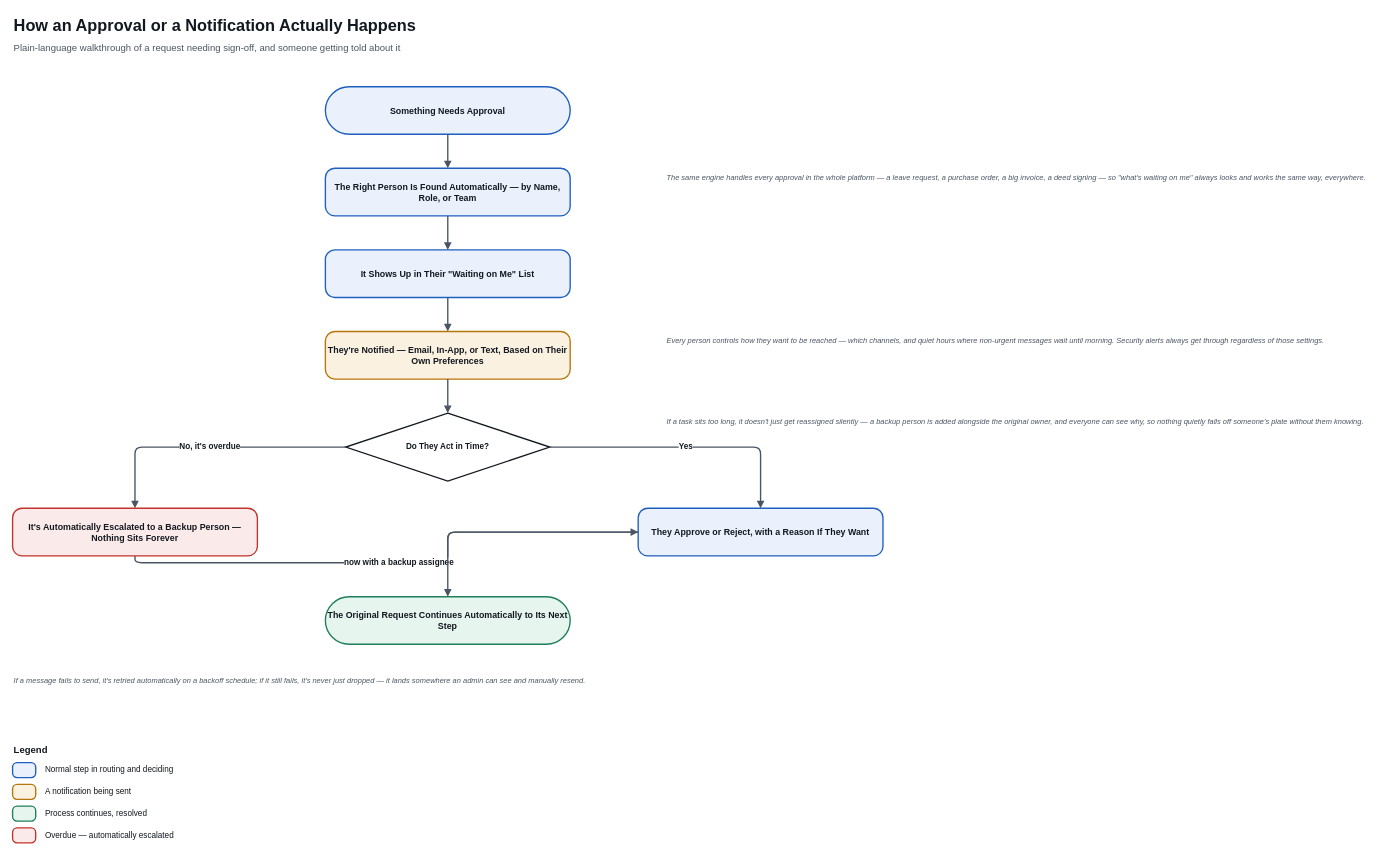
This is app/Modules/WNE/WNE_FLOW.drawio from andrych17/qualiv_project, a draw.io file, before an edit. Source tidied: cells renumbered, new cells numbered last; positions are measured from the earlier drawing's top-left corner, leaving out a move shared by most shapes. Both pictures are drawn from the tidied source at 68%, with x=0, y=0 at pixel (12, 12).
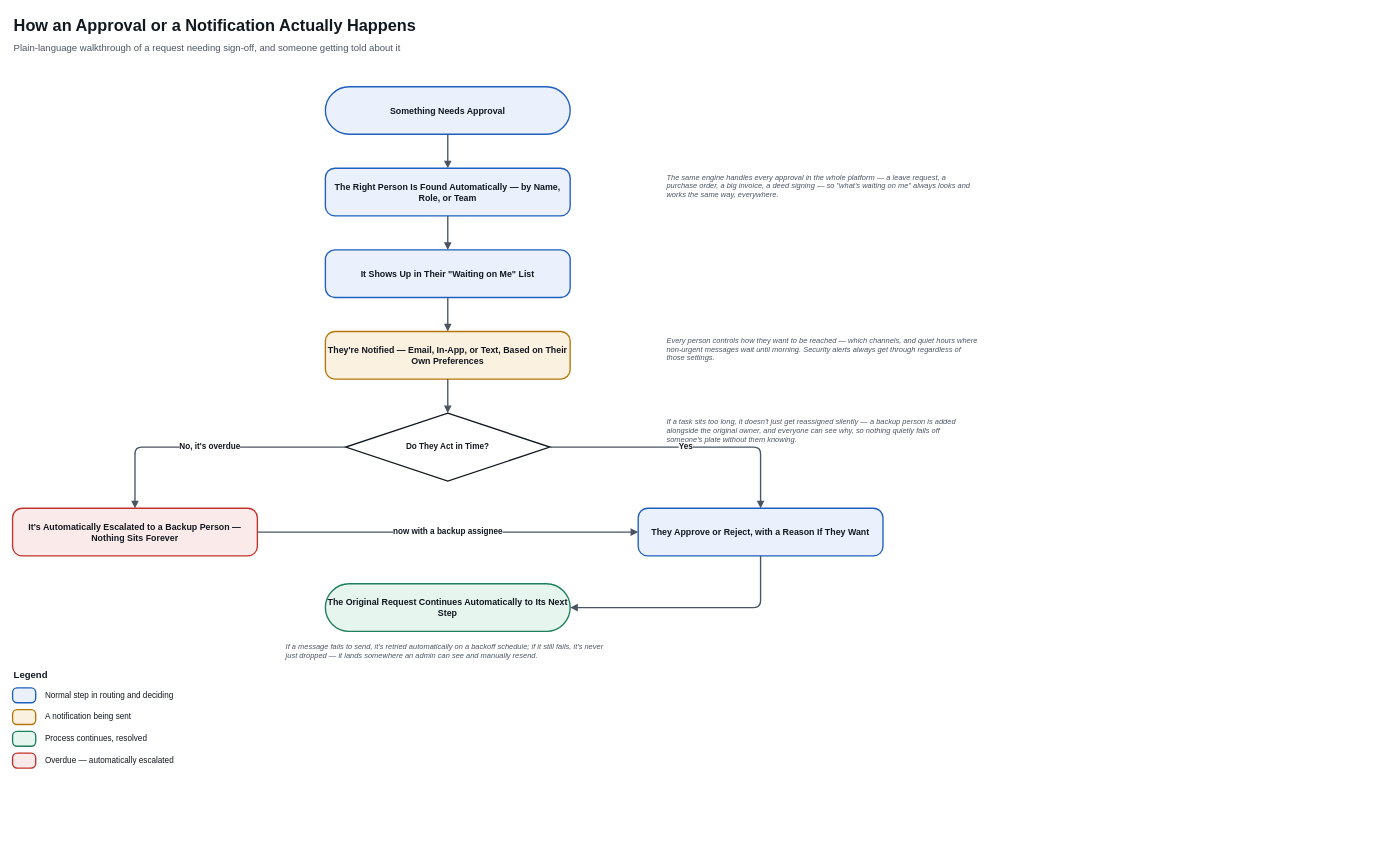
The same diagram, later.

Unchanged cells that the change refers to:
```xml
<mxCell id="9" value="It's Automatically Escalated to a Backup Person — Nothing Sits Forever" style="rounded=1;arcSize=20;whiteSpace=wrap;html=1;fillColor=#FBEAEA;strokeColor=#C1332B;strokeWidth=2;fontSize=13;fontStyle=1;fontColor=#12181F;" parent="1" vertex="1">
  <mxGeometry y="730" width="360" height="70" as="geometry" />
</mxCell>
<mxCell id="10" value="They Approve or Reject, with a Reason If They Want" style="rounded=1;arcSize=20;whiteSpace=wrap;html=1;fillColor=#EAF1FC;strokeColor=#1F5FBF;strokeWidth=2;fontSize=13;fontStyle=1;fontColor=#12181F;" parent="1" vertex="1">
  <mxGeometry x="920" y="730" width="360" height="70" as="geometry" />
</mxCell>
```

What changed in the source:
```diff
@@
     <mxCell id="11" value="The Original Request Continues Automatically to Its Next Step" style="rounded=1;arcSize=50;whiteSpace=wrap;html=1;fillColor=#E7F5EF;strokeColor=#1E7F5C;strokeWidth=2;fontSize=13;fontStyle=1;fontColor=#12181F;" parent="1" vertex="1">
-      <mxGeometry x="460" y="860" width="360" height="70" as="geometry" />
+      <mxGeometry x="460" y="841" width="360" height="70" as="geometry" />
     </mxCell>
@@
-    <mxCell id="18" value="now with a backup assignee" style="edgeStyle=orthogonalEdgeStyle;rounded=1;html=1;endArrow=block;endFill=1;strokeColor=#4A5563;strokeWidth=2;fontSize=12;fontStyle=1;fontColor=#12181F;labelBackgroundColor=#FFFFFF;exitX=0.5;exitY=1;exitDx=0;exitDy=0;entryX=0;entryY=0.5;entryDx=0;entryDy=0;" parent="1" edge="1" source="9" target="10">
+    <mxCell id="18" value="now with a backup assignee" style="edgeStyle=orthogonalEdgeStyle;rounded=1;html=1;endArrow=block;endFill=1;strokeColor=#4A5563;strokeWidth=2;fontSize=12;fontStyle=1;fontColor=#12181F;labelBackgroundColor=#FFFFFF;exitX=1;exitY=0.5;exitDx=0;exitDy=0;entryX=0;entryY=0.5;entryDx=0;entryDy=0;" parent="1" edge="1" source="9" target="10">
       <mxGeometry relative="1" as="geometry" />
     </mxCell>
-    <mxCell id="19" style="edgeStyle=orthogonalEdgeStyle;rounded=1;html=1;endArrow=block;endFill=1;strokeColor=#4A5563;strokeWidth=2;fontSize=12;fontStyle=1;fontColor=#12181F;labelBackgroundColor=#FFFFFF;" parent="1" edge="1" source="10" target="11">
-      <mxGeometry relative="1" as="geometry" />
+    <mxCell id="19" style="edgeStyle=orthogonalEdgeStyle;rounded=1;html=1;endArrow=block;endFill=1;strokeColor=#4A5563;strokeWidth=2;fontSize=12;fontStyle=1;fontColor=#12181F;labelBackgroundColor=#FFFFFF;exitX=0.5;exitY=1;exitDx=0;exitDy=0;entryX=1;entryY=0.5;entryDx=0;entryDy=0;" parent="1" edge="1" source="10" target="11">
+      <mxGeometry relative="1" as="geometry">
+        <Array as="points">
+          <mxPoint x="1100" y="876" />
+        </Array>
+      </mxGeometry>
     </mxCell>
-    <mxCell id="20" value="The same engine handles every approval in the whole platform — a leave request, a purchase order, a big invoice, a deed signing — so &quot;what's waiting on me&quot; always looks and works the same way, everywhere." style="text;html=1;fontSize=11;fontColor=#4A5563;fontStyle=2;align=left;verticalAlign=top;" parent="1" vertex="1">
+    <mxCell id="20" value="The same engine handles every approval in the whole platform — a leave request, a purchase order, a big invoice, a deed signing — so &quot;what's waiting on me&quot; always looks and works the same way, everywhere." style="text;html=1;fontSize=11;fontColor=#4A5563;fontStyle=2;align=left;verticalAlign=top;whiteSpace=wrap;" parent="1" vertex="1">
       <mxGeometry x="960" y="230" width="460" height="80" as="geometry" />
     </mxCell>
-    <mxCell id="21" value="Every person controls how they want to be reached — which channels, and quiet hours where non-urgent messages wait until morning. Security alerts always get through regardless of those settings." style="text;html=1;fontSize=11;fontColor=#4A5563;fontStyle=2;align=left;verticalAlign=top;" parent="1" vertex="1">
+    <mxCell id="21" value="Every person controls how they want to be reached — which channels, and quiet hours where non-urgent messages wait until morning. Security alerts always get through regardless of those settings." style="text;html=1;fontSize=11;fontColor=#4A5563;fontStyle=2;align=left;verticalAlign=top;whiteSpace=wrap;" parent="1" vertex="1">
       <mxGeometry x="960" y="470" width="460" height="80" as="geometry" />
     </mxCell>
-    <mxCell id="22" value="If a task sits too long, it doesn't just get reassigned silently — a backup person is added alongside the original owner, and everyone can see why, so nothing quietly falls off someone's plate without them knowing." style="text;html=1;fontSize=11;fontColor=#4A5563;fontStyle=2;align=left;verticalAlign=top;" parent="1" vertex="1">
+    <mxCell id="22" value="If a task sits too long, it doesn't just get reassigned silently — a backup person is added alongside the original owner, and everyone can see why, so nothing quietly falls off someone's plate without them knowing." style="text;html=1;fontSize=11;fontColor=#4A5563;fontStyle=2;align=left;verticalAlign=top;whiteSpace=wrap;" parent="1" vertex="1">
       <mxGeometry x="960" y="590" width="460" height="90" as="geometry" />
     </mxCell>
-    <mxCell id="23" value="If a message fails to send, it's retried automatically on a backoff schedule; if it still fails, it's never just dropped — it lands somewhere an admin can see and manually resend." style="text;html=1;fontSize=11;fontColor=#4A5563;fontStyle=2;align=left;verticalAlign=top;" parent="1" vertex="1">
-      <mxGeometry y="970" width="700" height="70" as="geometry" />
+    <mxCell id="23" value="If a message fails to send, it's retried automatically on a backoff schedule; if it still fails, it's never just dropped — it lands somewhere an admin can see and manually resend." style="text;html=1;fontSize=11;fontColor=#4A5563;fontStyle=2;align=left;verticalAlign=top;whiteSpace=wrap;" parent="1" vertex="1">
+      <mxGeometry x="400" y="921" width="480" height="70" as="geometry" />
     </mxCell>
     <mxCell id="24" value="Legend" style="text;html=1;fontSize=14;fontStyle=1;fontColor=#12181F;align=left;" parent="1" vertex="1">
-      <mxGeometry y="1070" width="200" height="24" as="geometry" />
+      <mxGeometry y="960" width="200" height="24" as="geometry" />
     </mxCell>
     <mxCell id="25" style="rounded=1;arcSize=30;whiteSpace=wrap;html=1;fillColor=#EAF1FC;strokeColor=#1F5FBF;strokeWidth=2;" parent="1" vertex="1">
-      <mxGeometry y="1104" width="34" height="22" as="geometry" />
+      <mxGeometry y="994" width="34" height="22" as="geometry" />
     </mxCell>
     <mxCell id="26" value="Normal step in routing and deciding" style="text;html=1;fontSize=12;fontColor=#12181F;align=left;verticalAlign=middle;" parent="1" vertex="1">
-      <mxGeometry x="46" y="1101" width="480" height="28" as="geometry" />
+      <mxGeometry x="46" y="991" width="480" height="28" as="geometry" />
     </mxCell>
     <mxCell id="27" style="rounded=1;arcSize=30;whiteSpace=wrap;html=1;fillColor=#FBF1E1;strokeColor=#B5760A;strokeWidth=2;" parent="1" vertex="1">
-      <mxGeometry y="1136" width="34" height="22" as="geometry" />
+      <mxGeometry y="1026" width="34" height="22" as="geometry" />
     </mxCell>
     <mxCell id="28" value="A notification being sent" style="text;html=1;fontSize=12;fontColor=#12181F;align=left;verticalAlign=middle;" parent="1" vertex="1">
-      <mxGeometry x="46" y="1133" width="480" height="28" as="geometry" />
+      <mxGeometry x="46" y="1023" width="480" height="28" as="geometry" />
     </mxCell>
     <mxCell id="29" style="rounded=1;arcSize=30;whiteSpace=wrap;html=1;fillColor=#E7F5EF;strokeColor=#1E7F5C;strokeWidth=2;" parent="1" vertex="1">
-      <mxGeometry y="1168" width="34" height="22" as="geometry" />
+      <mxGeometry y="1058" width="34" height="22" as="geometry" />
     </mxCell>
     <mxCell id="30" value="Process continues, resolved" style="text;html=1;fontSize=12;fontColor=#12181F;align=left;verticalAlign=middle;" parent="1" vertex="1">
-      <mxGeometry x="46" y="1165" width="480" height="28" as="geometry" />
+      <mxGeometry x="46" y="1055" width="480" height="28" as="geometry" />
     </mxCell>
     <mxCell id="31" style="rounded=1;arcSize=30;whiteSpace=wrap;html=1;fillColor=#FBEAEA;strokeColor=#C1332B;strokeWidth=2;" parent="1" vertex="1">
-      <mxGeometry y="1200" width="34" height="22" as="geometry" />
+      <mxGeometry y="1090" width="34" height="22" as="geometry" />
     </mxCell>
     <mxCell id="32" value="Overdue — automatically escalated" style="text;html=1;fontSize=12;fontColor=#12181F;align=left;verticalAlign=middle;" parent="1" vertex="1">
-      <mxGeometry x="46" y="1197" width="480" height="28" as="geometry" />
+      <mxGeometry x="46" y="1087" width="480" height="28" as="geometry" />
     </mxCell>
```
